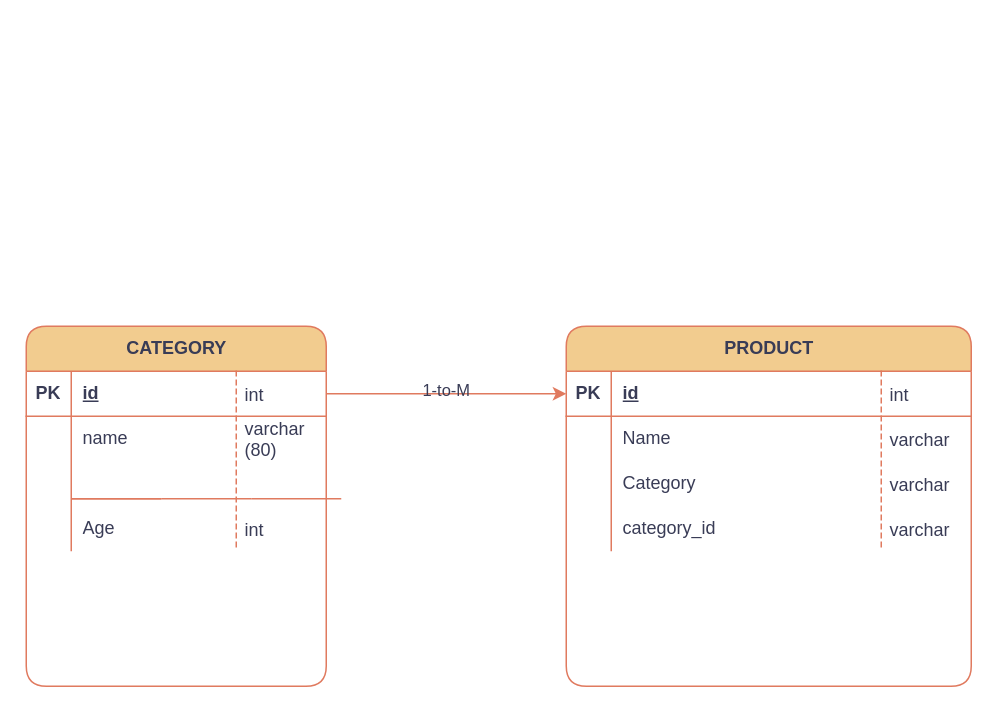
Earlier version of the draw.io diagram FEEL THE VIBE LIQUOR STORE.drawio (SGathuku/python-phase3-final-project). Source tidied: cells renumbered, new cells numbered last; positions are measured from the earlier drawing's top-left corner, leaving out a move shared by most shapes. Both pictures are drawn from the tidied source at 150%, with x=0, y=0 at pixel (26, 326).
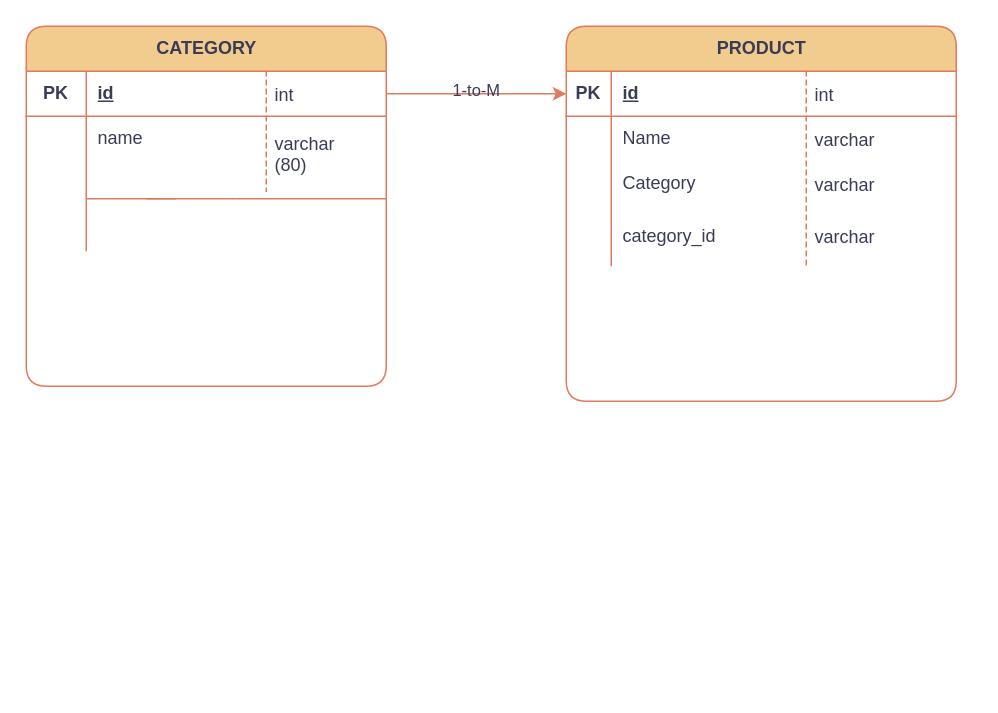
The same page after the edit.

Diff of the diagram source:
```diff
@@
     <mxCell id="2" value="PRODUCT" style="shape=table;startSize=30;childLayout=tableLayout;rowLines=0;fontStyle=1;align=center;html=1;labelBackgroundColor=none;fillColor=#F2CC8F;strokeColor=#E07A5F;fontColor=#393C56;rounded=1;" parent="1" vertex="1">
-      <mxGeometry x="360" width="270" height="240" as="geometry" />
+      <mxGeometry x="360" y="-200" width="260" height="250" as="geometry" />
     </mxCell>
     <mxCell id="3" style="shape=tableRow;horizontal=0;startSize=0;swimlaneHead=0;swimlaneBody=0;fillColor=none;points=[[0,0.5],[1,0.5]];portConstraint=eastwest;top=0;left=0;right=0;bottom=1;labelBackgroundColor=none;strokeColor=#E07A5F;fontColor=#393C56;rounded=1;" parent="2" vertex="1">
-      <mxGeometry y="30" width="270" height="30" as="geometry" />
+      <mxGeometry y="30" width="260" height="30" as="geometry" />
     </mxCell>
@@
     <mxCell id="5" value="id" style="shape=partialRectangle;fillColor=none;top=0;left=0;bottom=0;right=0;align=left;spacingLeft=6;fontStyle=5;overflow=hidden;whiteSpace=wrap;html=1;labelBackgroundColor=none;strokeColor=#E07A5F;fontColor=#393C56;rounded=1;" parent="3" vertex="1">
-      <mxGeometry x="30" width="240" height="30" as="geometry" />
+      <mxGeometry x="30" width="230" height="30" as="geometry" />
     </mxCell>
     <mxCell id="6" style="shape=tableRow;horizontal=0;startSize=0;swimlaneHead=0;swimlaneBody=0;fillColor=none;top=0;left=0;right=0;bottom=0;labelBackgroundColor=none;strokeColor=#E07A5F;fontColor=#393C56;rounded=1;" parent="2" vertex="1">
-      <mxGeometry y="60" width="270" height="30" as="geometry" />
+      <mxGeometry y="60" width="260" height="30" as="geometry" />
     </mxCell>
@@
     <mxCell id="8" value="Name" style="shape=partialRectangle;fillColor=none;top=0;left=0;bottom=0;right=0;align=left;spacingLeft=6;overflow=hidden;whiteSpace=wrap;html=1;labelBackgroundColor=none;strokeColor=#E07A5F;fontColor=#393C56;rounded=1;" parent="6" vertex="1">
-      <mxGeometry x="30" width="240" height="30" as="geometry" />
+      <mxGeometry x="30" width="230" height="30" as="geometry" />
     </mxCell>
     <mxCell id="9" style="shape=tableRow;horizontal=0;startSize=0;swimlaneHead=0;swimlaneBody=0;fillColor=none;top=0;left=0;right=0;bottom=0;labelBackgroundColor=none;strokeColor=#E07A5F;fontColor=#393C56;rounded=1;" parent="2" vertex="1">
-      <mxGeometry y="90" width="270" height="30" as="geometry" />
+      <mxGeometry y="90" width="260" height="30" as="geometry" />
     </mxCell>
@@
     <mxCell id="11" value="Category" style="shape=partialRectangle;fillColor=none;top=0;left=0;bottom=0;right=0;align=left;spacingLeft=6;overflow=hidden;whiteSpace=wrap;html=1;labelBackgroundColor=none;strokeColor=#E07A5F;fontColor=#393C56;rounded=1;" parent="9" vertex="1">
-      <mxGeometry x="30" width="240" height="30" as="geometry" />
+      <mxGeometry x="30" width="230" height="30" as="geometry" />
     </mxCell>
     <mxCell id="12" style="shape=tableRow;horizontal=0;startSize=0;swimlaneHead=0;swimlaneBody=0;fillColor=none;top=0;left=0;right=0;bottom=0;labelBackgroundColor=none;strokeColor=#E07A5F;fontColor=#393C56;rounded=1;" parent="2" vertex="1">
-      <mxGeometry y="120" width="270" height="30" as="geometry" />
+      <mxGeometry y="120" width="260" height="40" as="geometry" />
     </mxCell>
     <mxCell id="13" style="shape=partialRectangle;fillColor=none;top=0;left=0;bottom=0;right=0;overflow=hidden;whiteSpace=wrap;html=1;labelBackgroundColor=none;strokeColor=#E07A5F;fontColor=#393C56;rounded=1;" parent="12" vertex="1">
-      <mxGeometry width="30" height="30" as="geometry" />
+      <mxGeometry width="30" height="40" as="geometry" />
     </mxCell>
     <mxCell id="14" value="category_id" style="shape=partialRectangle;fillColor=none;top=0;left=0;bottom=0;right=0;align=left;spacingLeft=6;overflow=hidden;whiteSpace=wrap;html=1;labelBackgroundColor=none;strokeColor=#E07A5F;fontColor=#393C56;rounded=1;" parent="12" vertex="1">
-      <mxGeometry x="30" width="240" height="30" as="geometry" />
+      <mxGeometry x="30" width="230" height="40" as="geometry" />
     </mxCell>
     <mxCell id="15" value="CATEGORY" style="shape=table;startSize=30;childLayout=tableLayout;rowLines=0;fontStyle=1;align=center;html=1;labelBackgroundColor=none;fillColor=#F2CC8F;strokeColor=#E07A5F;fontColor=#393C56;rounded=1;" parent="1" vertex="1">
-      <mxGeometry width="200" height="240" as="geometry" />
+      <mxGeometry y="-200" width="240" height="240" as="geometry" />
     </mxCell>
     <mxCell id="16" style="shape=tableRow;horizontal=0;startSize=0;swimlaneHead=0;swimlaneBody=0;fillColor=none;points=[[0,0.5],[1,0.5]];portConstraint=eastwest;top=0;left=0;right=0;bottom=1;labelBackgroundColor=none;strokeColor=#E07A5F;fontColor=#393C56;rounded=1;" parent="15" vertex="1">
-      <mxGeometry y="30" width="200" height="30" as="geometry" />
+      <mxGeometry y="30" width="240" height="30" as="geometry" />
     </mxCell>
     <mxCell id="17" value="PK" style="shape=partialRectangle;fillColor=none;top=0;left=0;bottom=0;right=0;fontStyle=1;overflow=hidden;whiteSpace=wrap;html=1;labelBackgroundColor=none;strokeColor=#E07A5F;fontColor=#393C56;rounded=1;" parent="16" vertex="1">
-      <mxGeometry width="30" height="30" as="geometry" />
+      <mxGeometry width="40" height="30" as="geometry" />
     </mxCell>
     <mxCell id="18" value="id" style="shape=partialRectangle;fillColor=none;top=0;left=0;bottom=0;right=0;align=left;spacingLeft=6;fontStyle=5;overflow=hidden;whiteSpace=wrap;html=1;labelBackgroundColor=none;strokeColor=#E07A5F;fontColor=#393C56;rounded=1;" parent="16" vertex="1">
-      <mxGeometry x="30" width="170" height="30" as="geometry" />
+      <mxGeometry x="40" width="200" height="30" as="geometry" />
     </mxCell>
     <mxCell id="19" style="shape=tableRow;horizontal=0;startSize=0;swimlaneHead=0;swimlaneBody=0;fillColor=none;top=0;left=0;right=0;bottom=0;labelBackgroundColor=none;strokeColor=#E07A5F;fontColor=#393C56;rounded=1;" parent="15" vertex="1">
-      <mxGeometry y="60" width="200" height="30" as="geometry" />
+      <mxGeometry y="60" width="240" height="30" as="geometry" />
     </mxCell>
     <mxCell id="20" style="shape=partialRectangle;fillColor=none;top=0;left=0;bottom=0;right=0;overflow=hidden;whiteSpace=wrap;html=1;labelBackgroundColor=none;strokeColor=#E07A5F;fontColor=#393C56;rounded=1;" parent="19" vertex="1">
-      <mxGeometry width="30" height="30" as="geometry" />
+      <mxGeometry width="40" height="30" as="geometry" />
     </mxCell>
     <mxCell id="21" value="name" style="shape=partialRectangle;fillColor=none;top=0;left=0;bottom=0;right=0;align=left;spacingLeft=6;overflow=hidden;whiteSpace=wrap;html=1;labelBackgroundColor=none;strokeColor=#E07A5F;fontColor=#393C56;rounded=1;" parent="19" vertex="1">
-      <mxGeometry x="30" width="170" height="30" as="geometry" />
+      <mxGeometry x="40" width="200" height="30" as="geometry" />
     </mxCell>
     <mxCell id="22" style="shape=tableRow;horizontal=0;startSize=0;swimlaneHead=0;swimlaneBody=0;fillColor=none;top=0;left=0;right=0;bottom=0;labelBackgroundColor=none;strokeColor=#E07A5F;fontColor=#393C56;rounded=1;" parent="15" vertex="1">
-      <mxGeometry y="90" width="200" height="30" as="geometry" />
+      <mxGeometry y="90" width="240" height="30" as="geometry" />
     </mxCell>
     <mxCell id="23" style="shape=partialRectangle;fillColor=none;top=0;left=0;bottom=0;right=0;overflow=hidden;whiteSpace=wrap;html=1;labelBackgroundColor=none;strokeColor=#E07A5F;fontColor=#393C56;rounded=1;" parent="22" vertex="1">
-      <mxGeometry width="30" height="30" as="geometry" />
+      <mxGeometry width="40" height="30" as="geometry" />
     </mxCell>
     <mxCell id="24" style="shape=partialRectangle;fillColor=none;top=0;left=0;bottom=0;right=0;align=left;spacingLeft=6;overflow=hidden;whiteSpace=wrap;html=1;labelBackgroundColor=none;strokeColor=#E07A5F;fontColor=#393C56;rounded=1;" parent="22" vertex="1">
-      <mxGeometry x="30" width="170" height="30" as="geometry" />
+      <mxGeometry x="40" width="200" height="30" as="geometry" />
     </mxCell>
     <mxCell id="25" style="shape=tableRow;horizontal=0;startSize=0;swimlaneHead=0;swimlaneBody=0;fillColor=none;top=0;left=0;right=0;bottom=0;labelBackgroundColor=none;strokeColor=#E07A5F;fontColor=#393C56;rounded=1;" parent="15" vertex="1">
-      <mxGeometry y="120" width="200" height="30" as="geometry" />
+      <mxGeometry y="120" width="240" height="30" as="geometry" />
     </mxCell>
     <mxCell id="26" style="shape=partialRectangle;fillColor=none;top=0;left=0;bottom=0;right=0;overflow=hidden;whiteSpace=wrap;html=1;labelBackgroundColor=none;strokeColor=#E07A5F;fontColor=#393C56;rounded=1;" parent="25" vertex="1">
-      <mxGeometry width="30" height="30" as="geometry" />
+      <mxGeometry width="40" height="30" as="geometry" />
     </mxCell>
-    <mxCell id="27" value="Age" style="shape=partialRectangle;fillColor=none;top=0;left=0;bottom=0;right=0;align=left;spacingLeft=6;overflow=hidden;whiteSpace=wrap;html=1;labelBackgroundColor=none;strokeColor=#E07A5F;fontColor=#393C56;rounded=1;" parent="25" vertex="1">
-      <mxGeometry x="30" width="170" height="30" as="geometry" />
+    <mxCell id="27" style="shape=partialRectangle;fillColor=none;top=0;left=0;bottom=0;right=0;align=left;spacingLeft=6;overflow=hidden;whiteSpace=wrap;html=1;labelBackgroundColor=none;strokeColor=#E07A5F;fontColor=#393C56;rounded=1;" parent="25" vertex="1">
+      <mxGeometry x="40" width="200" height="30" as="geometry" />
     </mxCell>
@@
     <mxCell id="30" value="varchar&#10;(80)" style="shape=partialRectangle;fillColor=none;align=left;verticalAlign=middle;strokeColor=none;spacingLeft=34;fontColor=#393C56;" parent="1" vertex="1">
-      <mxGeometry x="110" y="60" width="90" height="30" as="geometry" />
+      <mxGeometry x="130" y="-140" width="90" height="50" as="geometry" />
     </mxCell>
     <mxCell id="31" style="shape=partialRectangle;top=0;left=0;bottom=0;fillColor=none;stokeWidth=1;dashed=1;align=left;verticalAlign=middle;spacingLeft=4;spacingRight=4;overflow=hidden;strokeColor=#E07A5F;fontColor=#393C56;" parent="30" vertex="1">
-      <mxGeometry width="30" height="30" as="geometry" />
+      <mxGeometry width="30" height="50" as="geometry" />
     </mxCell>
     <mxCell id="32" value="varchar" style="shape=partialRectangle;fillColor=none;align=left;verticalAlign=middle;strokeColor=none;spacingLeft=34;fontColor=#393C56;" parent="1" vertex="1">
-      <mxGeometry x="540" y="60" width="90" height="30" as="geometry" />
+      <mxGeometry x="490" y="-140" width="90" height="30" as="geometry" />
     </mxCell>
@@
     <mxCell id="34" value="varchar" style="shape=partialRectangle;fillColor=none;align=left;verticalAlign=middle;strokeColor=none;spacingLeft=34;fontColor=#393C56;" parent="1" vertex="1">
-      <mxGeometry x="540" y="90" width="90" height="30" as="geometry" />
+      <mxGeometry x="490" y="-80" width="90" height="40" as="geometry" />
     </mxCell>
     <mxCell id="35" style="shape=partialRectangle;top=0;left=0;bottom=0;fillColor=none;stokeWidth=1;dashed=1;align=left;verticalAlign=middle;spacingLeft=4;spacingRight=4;overflow=hidden;strokeColor=#E07A5F;fontColor=#393C56;" parent="34" vertex="1">
-      <mxGeometry width="30" height="30" as="geometry" />
+      <mxGeometry width="30" height="40" as="geometry" />
     </mxCell>
     <mxCell id="36" value="varchar" style="shape=partialRectangle;fillColor=none;align=left;verticalAlign=middle;strokeColor=none;spacingLeft=34;fontColor=#393C56;" parent="1" vertex="1">
-      <mxGeometry x="540" y="120" width="90" height="30" as="geometry" />
+      <mxGeometry x="490" y="-110" width="90" height="30" as="geometry" />
     </mxCell>
@@
     <mxCell id="38" value="int" style="shape=partialRectangle;fillColor=none;align=left;verticalAlign=middle;strokeColor=none;spacingLeft=34;fontColor=#393C56;" parent="1" vertex="1">
-      <mxGeometry x="110" y="30" width="90" height="30" as="geometry" />
+      <mxGeometry x="130" y="-170" width="90" height="30" as="geometry" />
     </mxCell>
@@
     <mxCell id="40" value="int" style="shape=partialRectangle;fillColor=none;align=left;verticalAlign=middle;strokeColor=none;spacingLeft=34;fontColor=#393C56;" parent="1" vertex="1">
-      <mxGeometry x="540" y="30" width="90" height="30" as="geometry" />
+      <mxGeometry x="490" y="-170" width="90" height="30" as="geometry" />
     </mxCell>
@@
     <mxCell id="42" style="line;strokeWidth=1;dashed=0;labelPosition=right;align=left;verticalAlign=middle;spacingTop=0;spacingLeft=6;strokeColor=#E07A5F;fontColor=#393C56;fillColor=#F2CC8F;" parent="1" vertex="1">
-      <mxGeometry x="30" y="110" width="60" height="10" as="geometry" />
+      <mxGeometry x="40" y="-90" width="60" height="10" as="geometry" />
     </mxCell>
-    <mxCell id="43" style="line;strokeWidth=1;dashed=0;labelPosition=right;align=left;verticalAlign=middle;spacingTop=0;spacingLeft=6;strokeColor=#E07A5F;fontColor=#393C56;fillColor=#F2CC8F;" parent="1" vertex="1">
-      <mxGeometry x="30" y="110" width="60" height="10" as="geometry" />
-    </mxCell>
     <mxCell id="44" style="line;strokeWidth=1;dashed=0;labelPosition=right;align=left;verticalAlign=middle;spacingTop=0;spacingLeft=6;strokeColor=#E07A5F;fontColor=#393C56;fillColor=#F2CC8F;" parent="1" vertex="1">
-      <mxGeometry x="150" y="110" width="60" height="10" as="geometry" />
+      <mxGeometry x="140" y="-90" width="100" height="10" as="geometry" />
     </mxCell>
     <mxCell id="45" style="line;strokeWidth=1;dashed=0;labelPosition=right;align=left;verticalAlign=middle;spacingTop=0;spacingLeft=6;strokeColor=#E07A5F;fontColor=#393C56;fillColor=#F2CC8F;" parent="1" vertex="1">
-      <mxGeometry x="90" y="110" width="60" height="10" as="geometry" />
+      <mxGeometry x="80" y="-90" width="60" height="10" as="geometry" />
     </mxCell>
-    <mxCell id="46" style="shape=partialRectangle;fillColor=none;align=left;verticalAlign=middle;strokeColor=none;spacingLeft=34;fontColor=#393C56;" parent="1" vertex="1">
-      <mxGeometry x="110" y="90" width="90" height="30" as="geometry" />
-    </mxCell>
-    <mxCell id="47" style="shape=partialRectangle;top=0;left=0;bottom=0;fillColor=none;stokeWidth=1;dashed=1;align=left;verticalAlign=middle;spacingLeft=4;spacingRight=4;overflow=hidden;strokeColor=#E07A5F;fontColor=#393C56;" parent="46" vertex="1">
-      <mxGeometry width="30" height="30" as="geometry" />
-    </mxCell>
-    <mxCell id="48" value="int" style="shape=partialRectangle;fillColor=none;align=left;verticalAlign=middle;strokeColor=none;spacingLeft=34;fontColor=#393C56;" parent="1" vertex="1">
-      <mxGeometry x="110" y="120" width="90" height="30" as="geometry" />
-    </mxCell>
-    <mxCell id="49" style="shape=partialRectangle;top=0;left=0;bottom=0;fillColor=none;stokeWidth=1;dashed=1;align=left;verticalAlign=middle;spacingLeft=4;spacingRight=4;overflow=hidden;strokeColor=#E07A5F;fontColor=#393C56;" parent="48" vertex="1">
-      <mxGeometry width="30" height="30" as="geometry" />
-    </mxCell>
```
